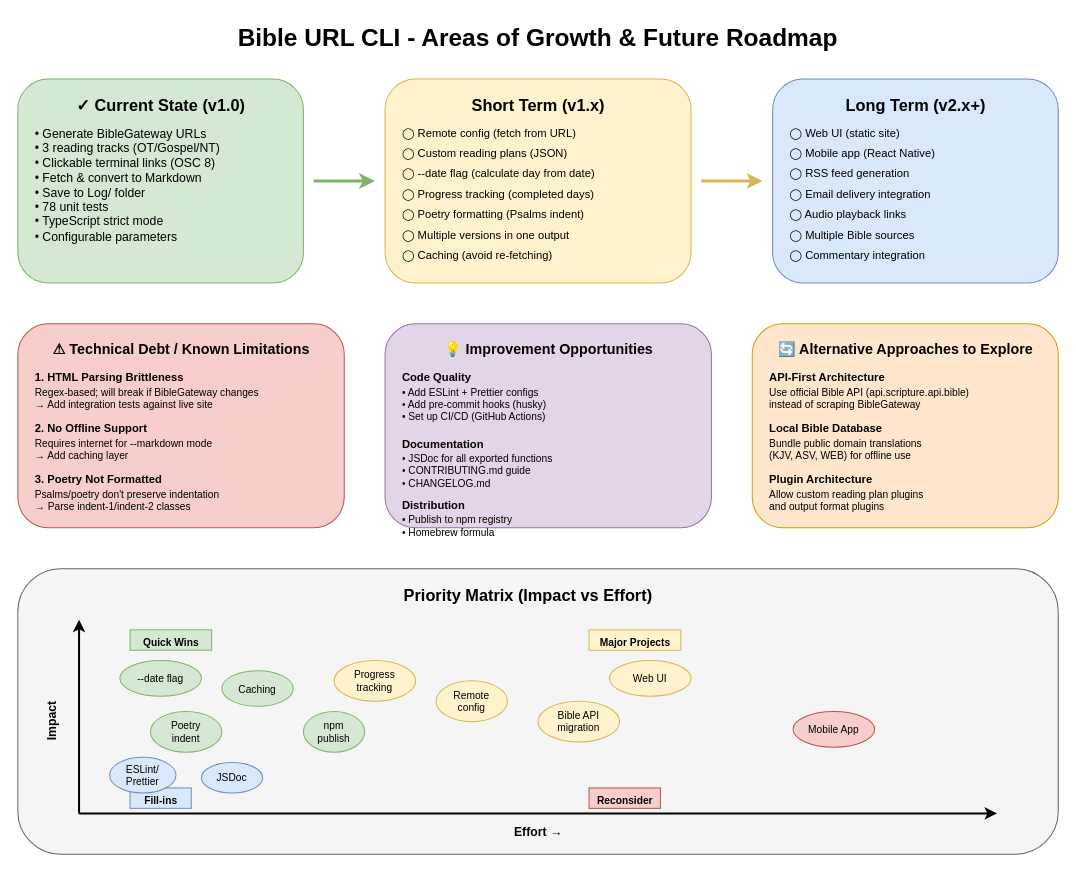
The draw.io diagram docs/roadmap.drawio in AshwinJGitHub/bible-url-cli, before the edit. Source tidied: cells renumbered, new cells numbered last; positions are measured from the earlier drawing's top-left corner, leaving out a move shared by most shapes. Both pictures are drawn from the tidied source at 102%, with x=0, y=0 at pixel (17, 17).
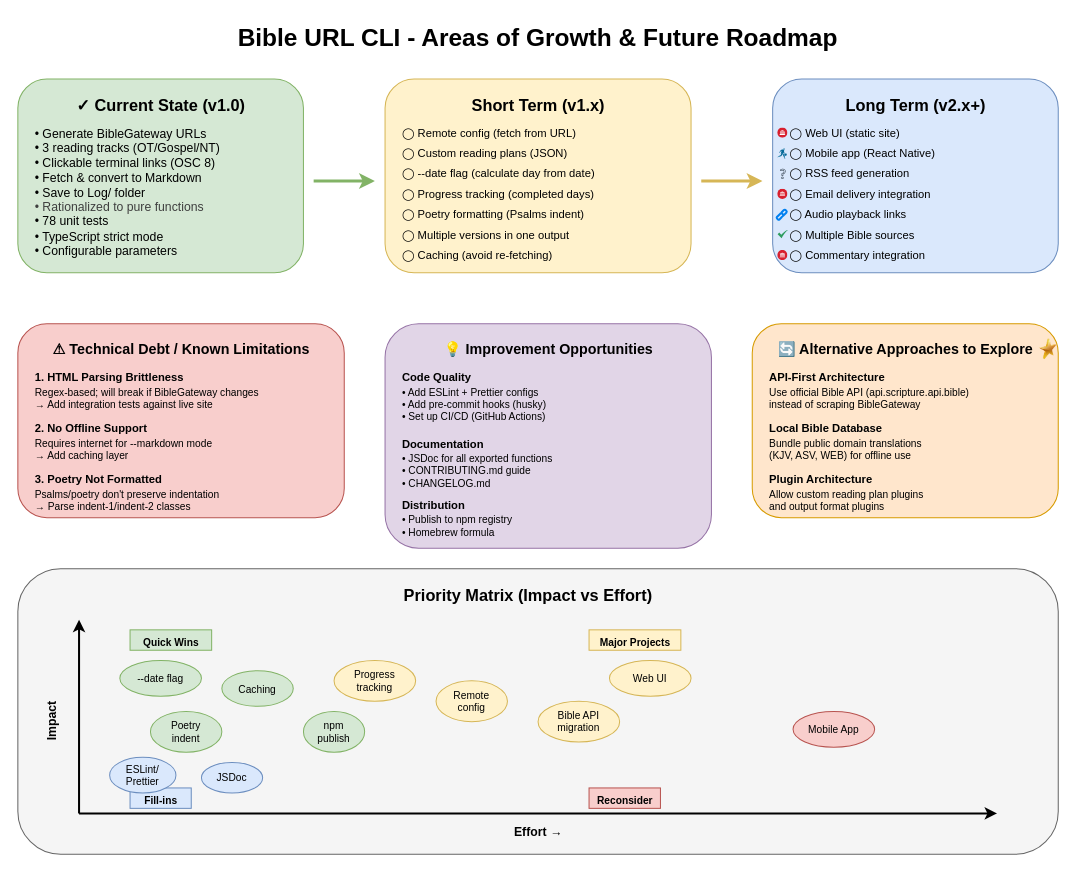
The same diagram, later.

The edit, as a diff of the source:
```diff
@@
     <mxCell id="3" style="rounded=1;whiteSpace=wrap;html=1;fillColor=#d5e8d4;strokeColor=#82b366;" parent="1" vertex="1">
-      <mxGeometry y="60" width="280" height="200" as="geometry" />
+      <mxGeometry y="60" width="280" height="190" as="geometry" />
     </mxCell>
@@
-    <mxCell id="5" value="• Generate BibleGateway URLs&#10;• 3 reading tracks (OT/Gospel/NT)&#10;• Clickable terminal links (OSC 8)&#10;• Fetch &amp; convert to Markdown&#10;• Save to Log/ folder&#10;• 78 unit tests&#10;• TypeScript strict mode&#10;• Configurable parameters" style="text;html=1;strokeColor=none;fillColor=none;align=left;fontSize=12;" parent="1" vertex="1">
+    <mxCell id="5" value="• Generate BibleGateway URLs&lt;br&gt;• 3 reading tracks (OT/Gospel/NT)&lt;br&gt;• Clickable terminal links (OSC 8)&lt;br&gt;• Fetch &amp;amp; convert to Markdown&lt;br&gt;• Save to Log/ folder&lt;div&gt;&lt;span style=&quot;color: rgb(63, 63, 63);&quot;&gt;• Rationalized to pure functions&lt;/span&gt;&lt;/div&gt;&lt;div&gt;• 78 unit tests&lt;br&gt;• TypeScript strict mode&lt;br&gt;• Configurable parameters&lt;/div&gt;" style="text;html=1;strokeColor=none;fillColor=none;align=left;fontSize=12;" parent="1" vertex="1">
       <mxGeometry x="15" y="100" width="250" height="150" as="geometry" />
     </mxCell>
@@
     <mxCell id="7" style="rounded=1;whiteSpace=wrap;html=1;fillColor=#fff2cc;strokeColor=#d6b656;" parent="1" vertex="1">
-      <mxGeometry x="360" y="60" width="300" height="200" as="geometry" />
+      <mxGeometry x="360" y="60" width="300" height="190" as="geometry" />
     </mxCell>
@@
     <mxCell id="18" style="rounded=1;whiteSpace=wrap;html=1;fillColor=#dae8fc;strokeColor=#6c8ebf;" parent="1" vertex="1">
-      <mxGeometry x="740" y="60" width="280" height="200" as="geometry" />
+      <mxGeometry x="740" y="60" width="280" height="190" as="geometry" />
     </mxCell>
@@
     <mxCell id="27" style="rounded=1;whiteSpace=wrap;html=1;fillColor=#f8cecc;strokeColor=#b85450;" parent="1" vertex="1">
-      <mxGeometry y="300" width="320" height="200" as="geometry" />
+      <mxGeometry y="300" width="320" height="190" as="geometry" />
     </mxCell>
@@
     <mxCell id="35" style="rounded=1;whiteSpace=wrap;html=1;fillColor=#e1d5e7;strokeColor=#9673a6;" parent="1" vertex="1">
-      <mxGeometry x="360" y="300" width="320" height="200" as="geometry" />
+      <mxGeometry x="360" y="300" width="320" height="220" as="geometry" />
     </mxCell>
@@
     <mxCell id="43" style="rounded=1;whiteSpace=wrap;html=1;fillColor=#ffe6cc;strokeColor=#d79b00;" parent="1" vertex="1">
-      <mxGeometry x="720" y="300" width="300" height="200" as="geometry" />
+      <mxGeometry x="720" y="300" width="300" height="190" as="geometry" />
     </mxCell>
@@
+    <mxCell id="72" style="image;html=1;image=img/lib/clip_art/general/Star_128x128.png;" parent="1" vertex="1">
+      <mxGeometry x="1000" y="315" width="20" height="20" as="geometry" />
+    </mxCell>
+    <mxCell id="73" style="image;perimeter=ellipsePerimeter;html=1;align=center;shadow=0;dashed=0;fontColor=#4277BB;labelBackgroundColor=default;fontSize=12;spacingTop=3;image=img/lib/ibm/security/governance_risk_compliance.svg;" parent="1" vertex="1">
+      <mxGeometry x="745" y="108" width="10" height="10" as="geometry" />
+    </mxCell>
+    <mxCell id="74" style="image;perimeter=ellipsePerimeter;html=1;align=center;shadow=0;dashed=0;fontColor=#4277BB;labelBackgroundColor=default;fontSize=12;spacingTop=3;image=img/lib/ibm/security/governance_risk_compliance.svg;" parent="1" vertex="1">
+      <mxGeometry x="745" y="168" width="10" height="10" as="geometry" />
+    </mxCell>
+    <mxCell id="75" style="image;perimeter=ellipsePerimeter;html=1;align=center;shadow=0;dashed=0;fontColor=#4277BB;labelBackgroundColor=default;fontSize=12;spacingTop=3;image=img/lib/ibm/security/governance_risk_compliance.svg;" parent="1" vertex="1">
+      <mxGeometry x="745" y="228" width="10" height="10" as="geometry" />
+    </mxCell>
+    <mxCell id="76" style="shape=mxgraph.cisco.people.running_man;html=1;dashed=0;fillColor=#036897;strokeColor=#ffffff;strokeWidth=2;verticalLabelPosition=bottom;verticalAlign=top;align=center;" parent="1" vertex="1">
+      <mxGeometry x="745" y="128" width="8.9" height="10" as="geometry" />
+    </mxCell>
+    <mxCell id="77" style="sketch=0;fontColor=#232F3E;gradientColor=none;fillColor=#232F3D;strokeColor=none;dashed=0;verticalLabelPosition=bottom;verticalAlign=top;align=center;html=1;fontSize=12;fontStyle=0;shape=mxgraph.aws4.question;" parent="1" vertex="1">
+      <mxGeometry x="747.4" y="148" width="5.3" height="10" as="geometry" />
+    </mxCell>
+    <mxCell id="78" style="html=1;verticalLabelPosition=bottom;align=center;labelBackgroundColor=#ffffff;verticalAlign=top;strokeWidth=2;strokeColor=#0080F0;shadow=0;dashed=0;shape=mxgraph.ios7.icons.link;" parent="1" vertex="1">
+      <mxGeometry x="743.9" y="188" width="10" height="10" as="geometry" />
+    </mxCell>
+    <mxCell id="79" style="sketch=0;html=1;strokeColor=none;shadow=0;align=center;fillColor=#2D9C5E;verticalAlign=top;labelPosition=center;verticalLabelPosition=bottom;shape=mxgraph.gcp2.check;" parent="1" vertex="1">
+      <mxGeometry x="744.9" y="208" width="10" height="8" as="geometry" />
+    </mxCell>
```
